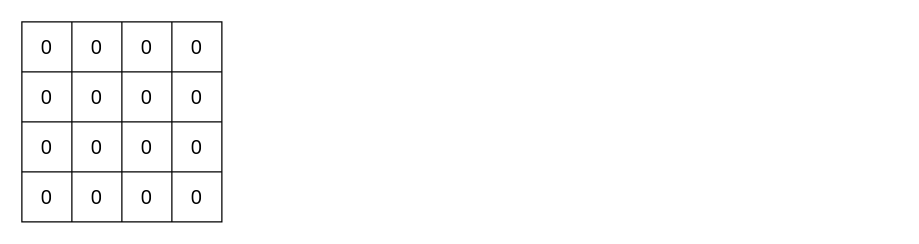
Above: doc/yidong.drawio in shanshan-lu/homwork (draw.io), before the change. Source tidied: cells renumbered, new cells numbered last; positions are measured from the earlier drawing's top-left corner, leaving out a move shared by most shapes. Both pictures are drawn from the tidied source at 125%, with x=0, y=0 at pixel (21, 21).
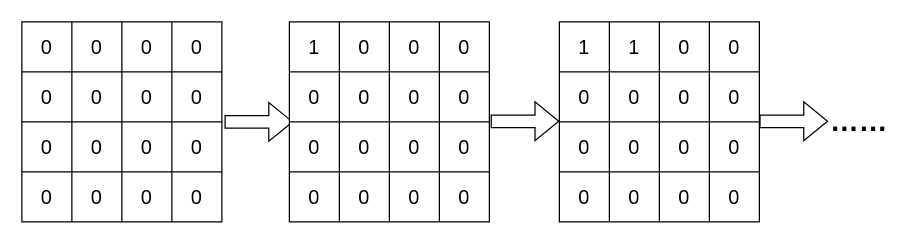
Above is the later version.

The change refers to these unchanged cells:
```xml
<mxCell id="8" style="shape=tableRow;horizontal=0;startSize=0;swimlaneHead=0;swimlaneBody=0;strokeColor=inherit;top=0;left=0;bottom=0;right=0;fillColor=none;points=[[0,0.5],[1,0.5]];portConstraint=eastwest;fontSize=16;" parent="2" vertex="1">
  <mxGeometry y="40" width="160" height="40" as="geometry" />
</mxCell>
```

The edit, as a diff of the source:
```diff
@@
+    <mxCell id="23" style="shape=flexArrow;endArrow=classic;html=1;rounded=0;exitX=1.013;exitY=1;exitDx=0;exitDy=0;exitPerimeter=0;entryX=0.019;entryY=0;entryDx=0;entryDy=0;entryPerimeter=0;" parent="1" edge="1" source="8" target="35">
+      <mxGeometry relative="1" as="geometry" />
+    </mxCell>
+    <mxCell id="24" style="shape=table;startSize=0;childLayout=tableLayout;fontSize=16;" parent="1" vertex="1">
+      <mxGeometry x="214" width="160" height="160" as="geometry" />
+    </mxCell>
+    <mxCell id="25" style="shape=tableRow;horizontal=0;startSize=0;swimlaneHead=0;swimlaneBody=0;strokeColor=inherit;top=0;left=0;bottom=0;right=0;fillColor=none;fontSize=16;" parent="24" vertex="1">
+      <mxGeometry width="160" height="40" as="geometry" />
+    </mxCell>
+    <mxCell id="26" value="1" style="shape=partialRectangle;html=1;whiteSpace=wrap;strokeColor=inherit;overflow=hidden;fillColor=none;top=0;left=0;bottom=0;right=0;fontSize=16;" parent="25" vertex="1">
+      <mxGeometry width="40" height="40" as="geometry" />
+    </mxCell>
+    <mxCell id="27" value="0" style="shape=partialRectangle;html=1;whiteSpace=wrap;strokeColor=inherit;overflow=hidden;fillColor=none;top=0;left=0;bottom=0;right=0;fontSize=16;" parent="25" vertex="1">
+      <mxGeometry x="40" width="40" height="40" as="geometry" />
+    </mxCell>
+    <mxCell id="28" value="0" style="shape=partialRectangle;html=1;whiteSpace=wrap;strokeColor=inherit;overflow=hidden;fillColor=none;top=0;left=0;bottom=0;right=0;fontSize=16;" parent="25" vertex="1">
+      <mxGeometry x="80" width="40" height="40" as="geometry" />
+    </mxCell>
+    <mxCell id="29" value="0" style="shape=partialRectangle;html=1;whiteSpace=wrap;strokeColor=inherit;overflow=hidden;fillColor=none;top=0;left=0;bottom=0;right=0;fontSize=16;" parent="25" vertex="1">
+      <mxGeometry x="120" width="40" height="40" as="geometry" />
+    </mxCell>
+    <mxCell id="30" style="shape=tableRow;horizontal=0;startSize=0;swimlaneHead=0;swimlaneBody=0;strokeColor=inherit;top=0;left=0;bottom=0;right=0;fillColor=none;fontSize=16;" parent="24" vertex="1">
+      <mxGeometry y="40" width="160" height="40" as="geometry" />
+    </mxCell>
+    <mxCell id="31" value="0" style="shape=partialRectangle;html=1;whiteSpace=wrap;strokeColor=inherit;overflow=hidden;fillColor=none;top=0;left=0;bottom=0;right=0;fontSize=16;" parent="30" vertex="1">
+      <mxGeometry width="40" height="40" as="geometry" />
+    </mxCell>
+    <mxCell id="32" value="0" style="shape=partialRectangle;html=1;whiteSpace=wrap;strokeColor=inherit;overflow=hidden;fillColor=none;top=0;left=0;bottom=0;right=0;fontSize=16;" parent="30" vertex="1">
+      <mxGeometry x="40" width="40" height="40" as="geometry" />
+    </mxCell>
+    <mxCell id="33" value="0" style="shape=partialRectangle;html=1;whiteSpace=wrap;strokeColor=inherit;overflow=hidden;fillColor=none;top=0;left=0;bottom=0;right=0;fontSize=16;" parent="30" vertex="1">
+      <mxGeometry x="80" width="40" height="40" as="geometry" />
+    </mxCell>
+    <mxCell id="34" value="0" style="shape=partialRectangle;html=1;whiteSpace=wrap;strokeColor=inherit;overflow=hidden;fillColor=none;top=0;left=0;bottom=0;right=0;fontSize=16;" parent="30" vertex="1">
+      <mxGeometry x="120" width="40" height="40" as="geometry" />
+    </mxCell>
+    <mxCell id="35" style="shape=tableRow;horizontal=0;startSize=0;swimlaneHead=0;swimlaneBody=0;strokeColor=inherit;top=0;left=0;bottom=0;right=0;fillColor=none;points=[[0,0.5],[1,0.5]];portConstraint=eastwest;fontSize=16;" parent="24" vertex="1">
+      <mxGeometry y="80" width="160" height="40" as="geometry" />
+    </mxCell>
+    <mxCell id="36" value="0" style="shape=partialRectangle;html=1;whiteSpace=wrap;strokeColor=inherit;overflow=hidden;fillColor=none;top=0;left=0;bottom=0;right=0;fontSize=16;" parent="35" vertex="1">
+      <mxGeometry width="40" height="40" as="geometry" />
+    </mxCell>
+    <mxCell id="37" value="0" style="shape=partialRectangle;html=1;whiteSpace=wrap;strokeColor=inherit;overflow=hidden;fillColor=none;top=0;left=0;bottom=0;right=0;fontSize=16;" parent="35" vertex="1">
+      <mxGeometry x="40" width="40" height="40" as="geometry" />
+    </mxCell>
+    <mxCell id="38" value="0" style="shape=partialRectangle;html=1;whiteSpace=wrap;strokeColor=inherit;overflow=hidden;fillColor=none;top=0;left=0;bottom=0;right=0;fontSize=16;" parent="35" vertex="1">
+      <mxGeometry x="80" width="40" height="40" as="geometry" />
+    </mxCell>
+    <mxCell id="39" value="0" style="shape=partialRectangle;html=1;whiteSpace=wrap;strokeColor=inherit;overflow=hidden;fillColor=none;top=0;left=0;bottom=0;right=0;fontSize=16;" parent="35" vertex="1">
+      <mxGeometry x="120" width="40" height="40" as="geometry" />
+    </mxCell>
+    <mxCell id="40" style="shape=tableRow;horizontal=0;startSize=0;swimlaneHead=0;swimlaneBody=0;strokeColor=inherit;top=0;left=0;bottom=0;right=0;fillColor=none;fontSize=16;" parent="24" vertex="1">
+      <mxGeometry y="120" width="160" height="40" as="geometry" />
+    </mxCell>
+    <mxCell id="41" value="0" style="shape=partialRectangle;html=1;whiteSpace=wrap;strokeColor=inherit;overflow=hidden;fillColor=none;top=0;left=0;bottom=0;right=0;fontSize=16;" parent="40" vertex="1">
+      <mxGeometry width="40" height="40" as="geometry" />
+    </mxCell>
+    <mxCell id="42" value="0" style="shape=partialRectangle;html=1;whiteSpace=wrap;strokeColor=inherit;overflow=hidden;fillColor=none;top=0;left=0;bottom=0;right=0;fontSize=16;" parent="40" vertex="1">
+      <mxGeometry x="40" width="40" height="40" as="geometry" />
+    </mxCell>
+    <mxCell id="43" value="0" style="shape=partialRectangle;html=1;whiteSpace=wrap;strokeColor=inherit;overflow=hidden;fillColor=none;top=0;left=0;bottom=0;right=0;fontSize=16;" parent="40" vertex="1">
+      <mxGeometry x="80" width="40" height="40" as="geometry" />
+    </mxCell>
+    <mxCell id="44" value="0" style="shape=partialRectangle;html=1;whiteSpace=wrap;strokeColor=inherit;overflow=hidden;fillColor=none;top=0;left=0;bottom=0;right=0;fontSize=16;" parent="40" vertex="1">
+      <mxGeometry x="120" width="40" height="40" as="geometry" />
+    </mxCell>
+    <mxCell id="45" style="shape=table;startSize=0;childLayout=tableLayout;fontSize=16;" parent="1" vertex="1">
+      <mxGeometry x="430" width="160" height="160" as="geometry" />
+    </mxCell>
+    <mxCell id="46" style="shape=tableRow;horizontal=0;startSize=0;swimlaneHead=0;swimlaneBody=0;strokeColor=inherit;top=0;left=0;bottom=0;right=0;fillColor=none;fontSize=16;" parent="45" vertex="1">
+      <mxGeometry width="160" height="40" as="geometry" />
+    </mxCell>
+    <mxCell id="47" value="1" style="shape=partialRectangle;html=1;whiteSpace=wrap;strokeColor=inherit;overflow=hidden;fillColor=none;top=0;left=0;bottom=0;right=0;fontSize=16;" parent="46" vertex="1">
+      <mxGeometry width="40" height="40" as="geometry" />
+    </mxCell>
+    <mxCell id="48" value="1" style="shape=partialRectangle;html=1;whiteSpace=wrap;strokeColor=inherit;overflow=hidden;fillColor=none;top=0;left=0;bottom=0;right=0;fontSize=16;" parent="46" vertex="1">
+      <mxGeometry x="40" width="40" height="40" as="geometry" />
+    </mxCell>
+    <mxCell id="49" value="0" style="shape=partialRectangle;html=1;whiteSpace=wrap;strokeColor=inherit;overflow=hidden;fillColor=none;top=0;left=0;bottom=0;right=0;fontSize=16;" parent="46" vertex="1">
+      <mxGeometry x="80" width="40" height="40" as="geometry" />
+    </mxCell>
+    <mxCell id="50" value="0" style="shape=partialRectangle;html=1;whiteSpace=wrap;strokeColor=inherit;overflow=hidden;fillColor=none;top=0;left=0;bottom=0;right=0;fontSize=16;" parent="46" vertex="1">
+      <mxGeometry x="120" width="40" height="40" as="geometry" />
+    </mxCell>
+    <mxCell id="51" style="shape=tableRow;horizontal=0;startSize=0;swimlaneHead=0;swimlaneBody=0;strokeColor=inherit;top=0;left=0;bottom=0;right=0;fillColor=none;fontSize=16;" parent="45" vertex="1">
+      <mxGeometry y="40" width="160" height="40" as="geometry" />
+    </mxCell>
+    <mxCell id="52" value="0" style="shape=partialRectangle;html=1;whiteSpace=wrap;strokeColor=inherit;overflow=hidden;fillColor=none;top=0;left=0;bottom=0;right=0;fontSize=16;" parent="51" vertex="1">
+      <mxGeometry width="40" height="40" as="geometry" />
+    </mxCell>
+    <mxCell id="53" value="0" style="shape=partialRectangle;html=1;whiteSpace=wrap;strokeColor=inherit;overflow=hidden;fillColor=none;top=0;left=0;bottom=0;right=0;fontSize=16;" parent="51" vertex="1">
+      <mxGeometry x="40" width="40" height="40" as="geometry" />
+    </mxCell>
+    <mxCell id="54" value="0" style="shape=partialRectangle;html=1;whiteSpace=wrap;strokeColor=inherit;overflow=hidden;fillColor=none;top=0;left=0;bottom=0;right=0;fontSize=16;" parent="51" vertex="1">
+      <mxGeometry x="80" width="40" height="40" as="geometry" />
+    </mxCell>
+    <mxCell id="55" value="0" style="shape=partialRectangle;html=1;whiteSpace=wrap;strokeColor=inherit;overflow=hidden;fillColor=none;top=0;left=0;bottom=0;right=0;fontSize=16;" parent="51" vertex="1">
+      <mxGeometry x="120" width="40" height="40" as="geometry" />
+    </mxCell>
+    <mxCell id="56" style="shape=tableRow;horizontal=0;startSize=0;swimlaneHead=0;swimlaneBody=0;strokeColor=inherit;top=0;left=0;bottom=0;right=0;fillColor=none;fontSize=16;" parent="45" vertex="1">
+      <mxGeometry y="80" width="160" height="40" as="geometry" />
+    </mxCell>
+    <mxCell id="57" value="0" style="shape=partialRectangle;html=1;whiteSpace=wrap;strokeColor=inherit;overflow=hidden;fillColor=none;top=0;left=0;bottom=0;right=0;fontSize=16;" parent="56" vertex="1">
+      <mxGeometry width="40" height="40" as="geometry" />
+    </mxCell>
+    <mxCell id="58" value="0" style="shape=partialRectangle;html=1;whiteSpace=wrap;strokeColor=inherit;overflow=hidden;fillColor=none;top=0;left=0;bottom=0;right=0;fontSize=16;" parent="56" vertex="1">
+      <mxGeometry x="40" width="40" height="40" as="geometry" />
+    </mxCell>
+    <mxCell id="59" value="0" style="shape=partialRectangle;html=1;whiteSpace=wrap;strokeColor=inherit;overflow=hidden;fillColor=none;top=0;left=0;bottom=0;right=0;fontSize=16;" parent="56" vertex="1">
+      <mxGeometry x="80" width="40" height="40" as="geometry" />
+    </mxCell>
+    <mxCell id="60" value="0" style="shape=partialRectangle;html=1;whiteSpace=wrap;strokeColor=inherit;overflow=hidden;fillColor=none;top=0;left=0;bottom=0;right=0;fontSize=16;" parent="56" vertex="1">
+      <mxGeometry x="120" width="40" height="40" as="geometry" />
+    </mxCell>
+    <mxCell id="61" style="shape=tableRow;horizontal=0;startSize=0;swimlaneHead=0;swimlaneBody=0;strokeColor=inherit;top=0;left=0;bottom=0;right=0;fillColor=none;fontSize=16;" parent="45" vertex="1">
+      <mxGeometry y="120" width="160" height="40" as="geometry" />
+    </mxCell>
+    <mxCell id="62" value="0" style="shape=partialRectangle;html=1;whiteSpace=wrap;strokeColor=inherit;overflow=hidden;fillColor=none;top=0;left=0;bottom=0;right=0;fontSize=16;" parent="61" vertex="1">
+      <mxGeometry width="40" height="40" as="geometry" />
+    </mxCell>
+    <mxCell id="63" value="0" style="shape=partialRectangle;html=1;whiteSpace=wrap;strokeColor=inherit;overflow=hidden;fillColor=none;top=0;left=0;bottom=0;right=0;fontSize=16;" parent="61" vertex="1">
+      <mxGeometry x="40" width="40" height="40" as="geometry" />
+    </mxCell>
+    <mxCell id="64" value="0" style="shape=partialRectangle;html=1;whiteSpace=wrap;strokeColor=inherit;overflow=hidden;fillColor=none;top=0;left=0;bottom=0;right=0;fontSize=16;" parent="61" vertex="1">
+      <mxGeometry x="80" width="40" height="40" as="geometry" />
+    </mxCell>
+    <mxCell id="65" value="0" style="shape=partialRectangle;html=1;whiteSpace=wrap;strokeColor=inherit;overflow=hidden;fillColor=none;top=0;left=0;bottom=0;right=0;fontSize=16;" parent="61" vertex="1">
+      <mxGeometry x="120" width="40" height="40" as="geometry" />
+    </mxCell>
+    <mxCell id="66" style="shape=flexArrow;endArrow=classic;html=1;rounded=0;exitX=1.013;exitY=1;exitDx=0;exitDy=0;exitPerimeter=0;entryX=0.019;entryY=0;entryDx=0;entryDy=0;entryPerimeter=0;" parent="1" edge="1">
+      <mxGeometry relative="1" as="geometry">
+        <mxPoint x="375" y="79.5" as="sourcePoint" />
+        <mxPoint x="430" y="79.5" as="targetPoint" />
+      </mxGeometry>
+    </mxCell>
+    <mxCell id="67" style="shape=flexArrow;endArrow=classic;html=1;rounded=0;exitX=1.013;exitY=1;exitDx=0;exitDy=0;exitPerimeter=0;entryX=0.019;entryY=0;entryDx=0;entryDy=0;entryPerimeter=0;" parent="1" edge="1">
+      <mxGeometry relative="1" as="geometry">
+        <mxPoint x="590" y="79.5" as="sourcePoint" />
+        <mxPoint x="645" y="79.5" as="targetPoint" />
+      </mxGeometry>
+    </mxCell>
+    <mxCell id="68" value="&lt;font style=&quot;font-size: 23px;&quot;&gt;&lt;b&gt;……&lt;/b&gt;&lt;/font&gt;" style="text;html=1;strokeColor=none;fillColor=none;align=center;verticalAlign=middle;whiteSpace=wrap;rounded=0;" parent="1" vertex="1">
+      <mxGeometry x="640" y="65" width="60" height="30" as="geometry" />
+    </mxCell>
```
